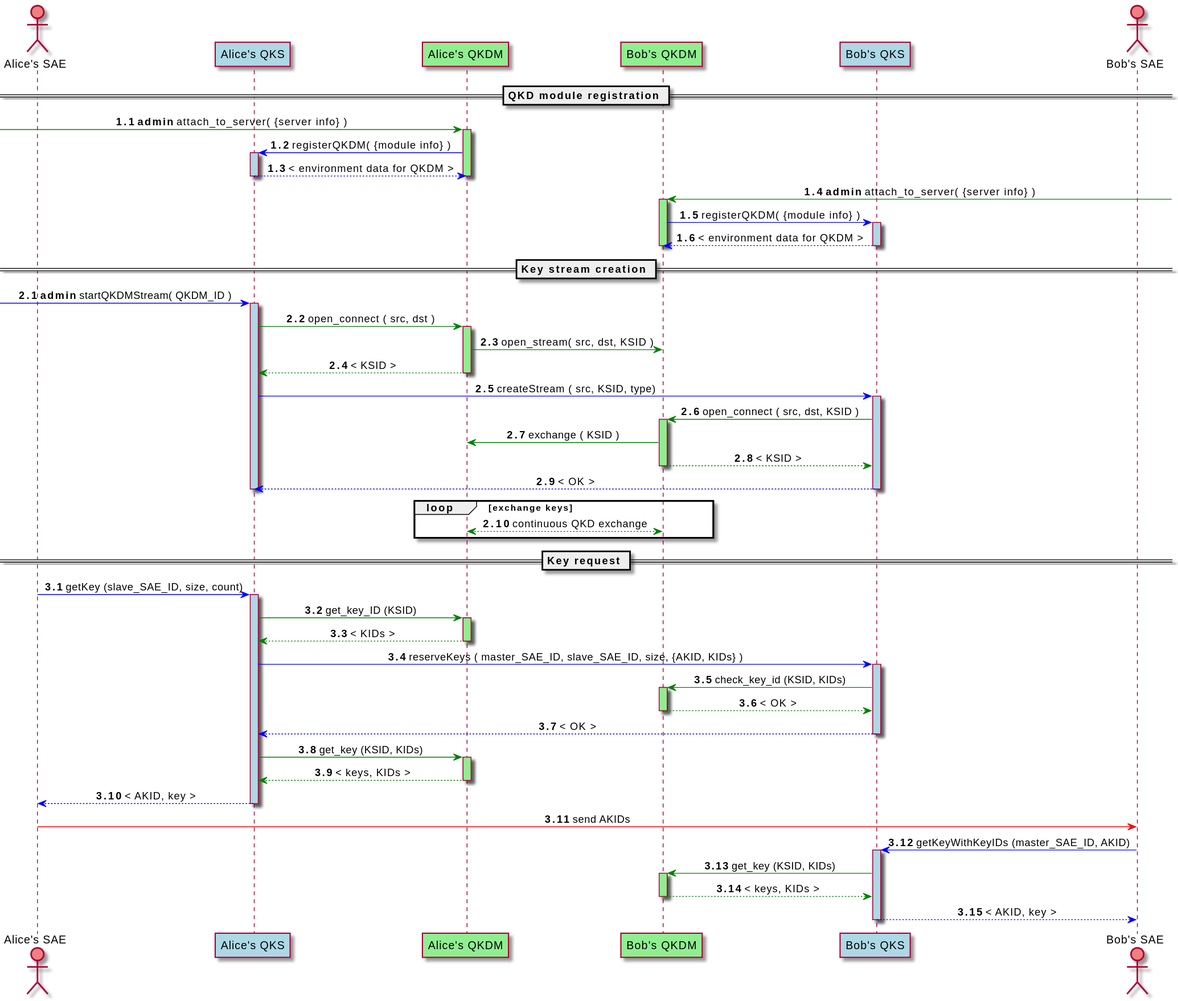
ignaziopedone/qkd-keyserver keeps this PlantUML diagram as docs/img/PTP_sequence_diagram.svg. Above is the earlier version.
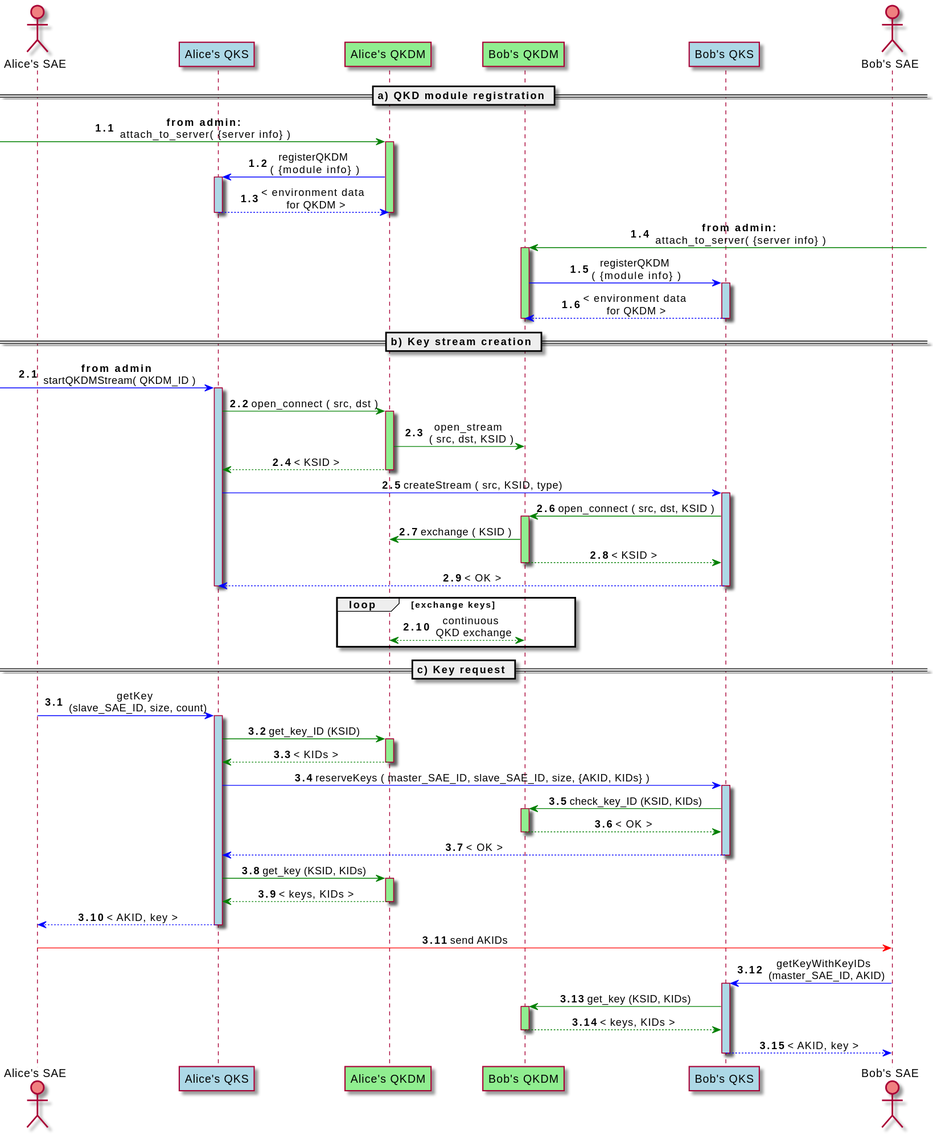
The same diagram one commit later.

Commit message:
updated sequence diagrams

Change to the diagram source:
```diff
@@ -7,23 +7,23 @@
 participant "Alice's QKDM" as AQM order 4 #LightGreen
 participant "Bob's QKDM" as BQM order 5 #LightGreen
 
-== QKD module registration ==
+== a) QKD module registration ==
 autonumber 1.1
- [-[#green]> AQM ++ #LightGreen:**admin** attach_to_server( {server info} )
-AQM -[#blue]> AQKS ++ #LightBlue: registerQKDM( {module info} )
-AQKS -[#blue]-> AQM --: < environment data for QKDM >
+ [-[#green]> AQM ++ #LightGreen:**from admin:**\n attach_to_server( {server info} )
+AQM -[#blue]> AQKS ++ #LightBlue: registerQKDM \n( {module info} )
+AQKS -[#blue]-> AQM --: < environment data \n for QKDM >
 deactivate AQM
-BQM <[#green]-] ++ #Lightgreen: **admin** attach_to_server( {server info} )
-BQM -[#blue]> BQKS ++ #LightBlue: registerQKDM( {module info} )
-BQKS -[#blue]-> BQM --:  < environment data for QKDM >
+BQM <[#green]-] ++ #Lightgreen: **from admin:**\n attach_to_server( {server info} )
+BQM -[#blue]> BQKS ++ #LightBlue: registerQKDM \n( {module info} )
+BQKS -[#blue]-> BQM --:  < environment data \nfor QKDM >
 deactivate BQM
 
-== Key stream creation ==
+== b) Key stream creation ==
 autonumber inc A
 
-[-[#blue]> AQKS ++ #lightblue: **admin** startQKDMStream( QKDM_ID )
+[-[#blue]> AQKS ++ #lightblue: **from admin** \n startQKDMStream( QKDM_ID )
 AQKS -[#green]> AQM ++ #lightgreen: open_connect ( src, dst )
-AQM -[#green]> BQM : open_stream(  src, dst, KSID )
+AQM -[#green]> BQM : open_stream \n (  src, dst, KSID )
 AQM --[#green]> AQKS --: < KSID >
 AQKS -[#blue]> BQKS ++ #lightblue: createStream ( src, KSID, type)
 BQKS -[#green]> BQM ++ #lightgreen: open_connect ( src, dst, KSID )
@@ -33,18 +33,18 @@
 deactivate AQKS
 
 loop exchange keys
-    AQM <-[#green]-> BQM : continuous QKD exchange
+    AQM <-[#green]-> BQM : continuous \n QKD exchange
 end
 
 
-== Key request ==
+== c) Key request ==
 autonumber inc A
 
-ASAE -[#blue]> AQKS ++ #LightBlue: getKey (slave_SAE_ID, size, count)
+ASAE -[#blue]> AQKS ++ #LightBlue: getKey \n (slave_SAE_ID, size, count)
 AQKS -[#green]> AQM ++ #LightGreen: get_key_ID (KSID)
 AQM -[#green]->AQKS --: < KIDs >
 AQKS -[#blue]> BQKS ++ #LightBlue: reserveKeys ( master_SAE_ID, slave_SAE_ID, size, {AKID, KIDs} )
-BQKS -[#green]> BQM ++ #LightGreen: check_key_id (KSID, KIDs)
+BQKS -[#green]> BQM ++ #LightGreen: check_key_ID (KSID, KIDs)
 BQM -[#green]-> BQKS -- : < OK >
 BQKS -[#blue]-> AQKS --: < OK >
 AQKS -[#green]> AQM ++ #LightGreen: get_key (KSID, KIDs)
@@ -52,7 +52,7 @@
 AQKS -[#blue]-> ASAE --: < AKID, key >
 
 ASAE -[#red]> BSAE :  send AKIDs
-BSAE -[#blue]> BQKS ++ #LightBlue: getKeyWithKeyIDs (master_SAE_ID, AKID)
+BSAE -[#blue]> BQKS ++ #LightBlue: getKeyWithKeyIDs \n (master_SAE_ID, AKID)
 BQKS -[#green]> BQM ++ #LightGreen: get_key (KSID, KIDs)
 BQM -[#green]-> BQKS --: < keys, KIDs >
 BQKS -[#blue]-> BSAE -- :  < AKID, key >
```
